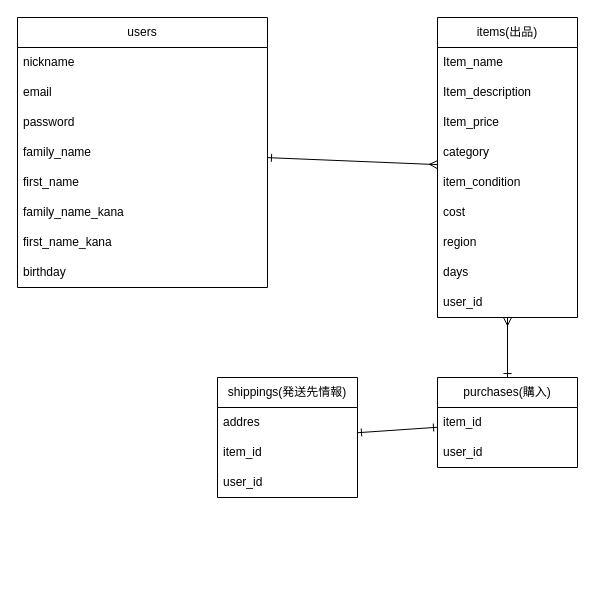
Earlier version of the draw.io diagram furima.drawio (Kenyy0804/furima-40392). Source tidied: cells renumbered, new cells numbered last; positions are measured from the earlier drawing's top-left corner, leaving out a move shared by most shapes. Both pictures are drawn from the tidied source at 100%, with x=0, y=0 at pixel (17, 17).
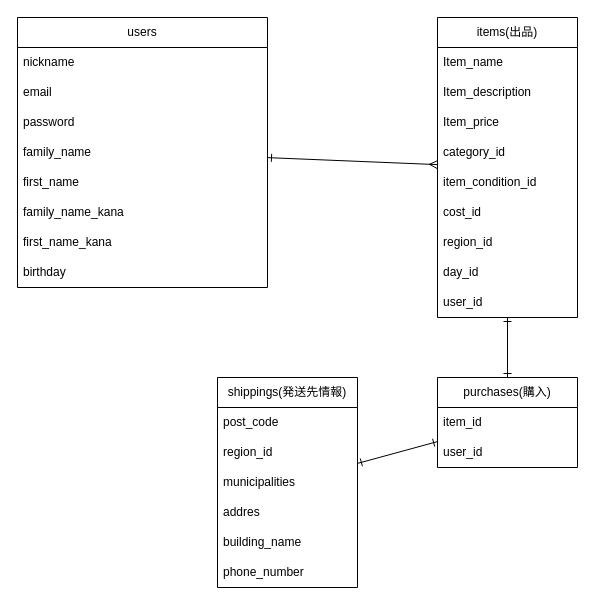
The same diagram, later.

Commit message (it also covers changes not shown here):
DB設計の修正

The change refers to these unchanged cells:
```xml
<mxCell id="12" value="items(出品)" style="swimlane;fontStyle=0;horizontal=1;startSize=30;whiteSpace=wrap;html=1;" parent="1" vertex="1">
  <mxGeometry x="420" width="140" height="300" as="geometry" />
</mxCell>
<mxCell id="21" value="user_id" style="text;strokeColor=none;fillColor=none;align=left;verticalAlign=middle;spacingLeft=4;spacingRight=4;overflow=hidden;points=[[0,0.5],[1,0.5]];portConstraint=eastwest;whiteSpace=wrap;html=1;" parent="12" vertex="1">
  <mxGeometry y="270" width="140" height="30" as="geometry" />
</mxCell>
<mxCell id="22" value="purchases(購入)" style="swimlane;fontStyle=0;horizontal=1;startSize=30;whiteSpace=wrap;html=1;" parent="1" vertex="1">
  <mxGeometry x="420" y="360" width="140" height="90" as="geometry" />
</mxCell>
```

What changed in the source:
```diff
@@
-    <mxCell id="16" value="category" style="text;strokeColor=none;fillColor=none;align=left;verticalAlign=middle;spacingLeft=4;spacingRight=4;overflow=hidden;whiteSpace=wrap;html=1;" parent="12" vertex="1">
+    <mxCell id="16" value="category_id" style="text;strokeColor=none;fillColor=none;align=left;verticalAlign=middle;spacingLeft=4;spacingRight=4;overflow=hidden;whiteSpace=wrap;html=1;" parent="12" vertex="1">
       <mxGeometry y="120" width="140" height="30" as="geometry" />
     </mxCell>
-    <mxCell id="17" value="item_condition" style="text;strokeColor=none;fillColor=none;align=left;verticalAlign=middle;spacingLeft=4;spacingRight=4;overflow=hidden;whiteSpace=wrap;html=1;" parent="12" vertex="1">
+    <mxCell id="17" value="item_condition_id" style="text;strokeColor=none;fillColor=none;align=left;verticalAlign=middle;spacingLeft=4;spacingRight=4;overflow=hidden;whiteSpace=wrap;html=1;" parent="12" vertex="1">
       <mxGeometry y="150" width="140" height="30" as="geometry" />
     </mxCell>
-    <mxCell id="18" value="cost" style="text;strokeColor=none;fillColor=none;align=left;verticalAlign=middle;spacingLeft=4;spacingRight=4;overflow=hidden;whiteSpace=wrap;html=1;" parent="12" vertex="1">
+    <mxCell id="18" value="cost_id" style="text;strokeColor=none;fillColor=none;align=left;verticalAlign=middle;spacingLeft=4;spacingRight=4;overflow=hidden;whiteSpace=wrap;html=1;" parent="12" vertex="1">
       <mxGeometry y="180" width="140" height="30" as="geometry" />
     </mxCell>
-    <mxCell id="19" value="region" style="text;strokeColor=none;fillColor=none;align=left;verticalAlign=middle;spacingLeft=4;spacingRight=4;overflow=hidden;whiteSpace=wrap;html=1;" parent="12" vertex="1">
+    <mxCell id="19" value="region_id" style="text;strokeColor=none;fillColor=none;align=left;verticalAlign=middle;spacingLeft=4;spacingRight=4;overflow=hidden;whiteSpace=wrap;html=1;" parent="12" vertex="1">
       <mxGeometry y="210" width="140" height="30" as="geometry" />
     </mxCell>
-    <mxCell id="20" value="days" style="text;strokeColor=none;fillColor=none;align=left;verticalAlign=middle;spacingLeft=4;spacingRight=4;overflow=hidden;whiteSpace=wrap;html=1;" parent="12" vertex="1">
+    <mxCell id="20" value="day_id" style="text;strokeColor=none;fillColor=none;align=left;verticalAlign=middle;spacingLeft=4;spacingRight=4;overflow=hidden;whiteSpace=wrap;html=1;" parent="12" vertex="1">
       <mxGeometry y="240" width="140" height="30" as="geometry" />
     </mxCell>
@@
     <mxCell id="25" value="shippings(発送先情報)" style="swimlane;fontStyle=0;horizontal=1;startSize=30;whiteSpace=wrap;html=1;" parent="1" vertex="1">
-      <mxGeometry x="200" y="360" width="140" height="120" as="geometry" />
+      <mxGeometry x="200" y="360" width="140" height="210" as="geometry" />
     </mxCell>
+    <mxCell id="31" value="post_code" style="text;strokeColor=none;fillColor=none;align=left;verticalAlign=middle;spacingLeft=4;spacingRight=4;overflow=hidden;whiteSpace=wrap;html=1;" parent="25" vertex="1">
+      <mxGeometry y="30" width="140" height="30" as="geometry" />
+    </mxCell>
+    <mxCell id="32" value="region_id" style="text;strokeColor=none;fillColor=none;align=left;verticalAlign=middle;spacingLeft=4;spacingRight=4;overflow=hidden;whiteSpace=wrap;html=1;" parent="25" vertex="1">
+      <mxGeometry y="60" width="140" height="30" as="geometry" />
+    </mxCell>
+    <mxCell id="33" value="municipalities" style="text;strokeColor=none;fillColor=none;align=left;verticalAlign=middle;spacingLeft=4;spacingRight=4;overflow=hidden;whiteSpace=wrap;html=1;" parent="25" vertex="1">
+      <mxGeometry y="90" width="140" height="30" as="geometry" />
+    </mxCell>
     <mxCell id="26" value="addres" style="text;strokeColor=none;fillColor=none;align=left;verticalAlign=middle;spacingLeft=4;spacingRight=4;overflow=hidden;whiteSpace=wrap;html=1;" parent="25" vertex="1">
-      <mxGeometry y="30" width="140" height="30" as="geometry" />
+      <mxGeometry y="120" width="140" height="30" as="geometry" />
     </mxCell>
-    <mxCell id="27" value="item_id" style="text;strokeColor=none;fillColor=none;align=left;verticalAlign=middle;spacingLeft=4;spacingRight=4;overflow=hidden;whiteSpace=wrap;html=1;" parent="25" vertex="1">
-      <mxGeometry y="60" width="140" height="30" as="geometry" />
+    <mxCell id="27" value="building_name" style="text;strokeColor=none;fillColor=none;align=left;verticalAlign=middle;spacingLeft=4;spacingRight=4;overflow=hidden;whiteSpace=wrap;html=1;" parent="25" vertex="1">
+      <mxGeometry y="150" width="140" height="30" as="geometry" />
     </mxCell>
-    <mxCell id="28" value="user_id" style="text;strokeColor=none;fillColor=none;align=left;verticalAlign=middle;spacingLeft=4;spacingRight=4;overflow=hidden;whiteSpace=wrap;html=1;" parent="25" vertex="1">
-      <mxGeometry y="90" width="140" height="30" as="geometry" />
+    <mxCell id="28" value="phone_number" style="text;strokeColor=none;fillColor=none;align=left;verticalAlign=middle;spacingLeft=4;spacingRight=4;overflow=hidden;whiteSpace=wrap;html=1;" parent="25" vertex="1">
+      <mxGeometry y="180" width="140" height="30" as="geometry" />
     </mxCell>
-    <mxCell id="29" style="edgeStyle=none;html=1;entryX=0.5;entryY=0;entryDx=0;entryDy=0;endArrow=ERone;endFill=0;startArrow=ERmany;startFill=0;" parent="1" edge="1" source="21" target="22">
+    <mxCell id="29" style="edgeStyle=none;html=1;entryX=0.5;entryY=0;entryDx=0;entryDy=0;endArrow=ERone;endFill=0;startArrow=ERone;startFill=0;" parent="1" edge="1" source="21" target="22">
       <mxGeometry relative="1" as="geometry" />
     </mxCell>
```
